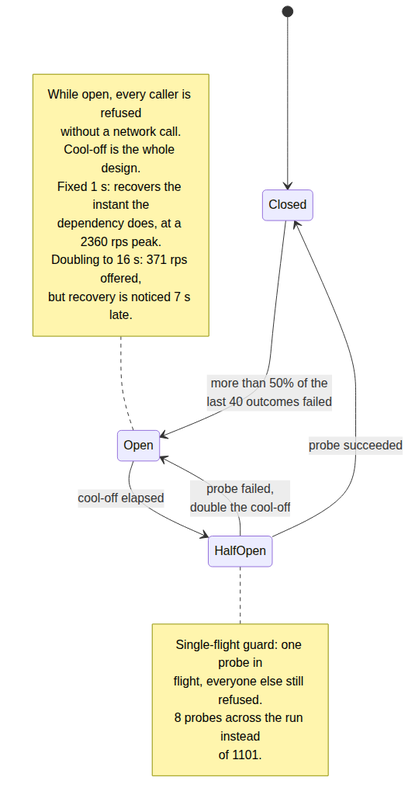
Above: markdown/system-design-interview/assets/004/03-breaker.png in haraGADygyl/medium-python-articles (Mermaid), before the change. Its source is kept beside it as markdown/system-design-interview/assets/004/03-breaker.mmd. Source of this version:
```mermaid
stateDiagram-v2
    [*] --> Closed
    Closed --> Open: more than 50% of the<br/>last 40 outcomes failed
    Open --> HalfOpen: cool-off elapsed
    HalfOpen --> Closed: probe succeeded
    HalfOpen --> Open: probe failed,<br/>double the cool-off
    note left of Open
        While open, every caller is refused
        without a network call.
        Cool-off is the whole design.
        Fixed 1 s: recovers the instant the
        dependency does, at a 2360 rps peak.
        Doubling to 16 s: 371 rps offered,
        but recovery is noticed 7 s late.
    end note
    note right of HalfOpen
        Single-flight guard: one probe in
        flight, everyone else still refused.
        8 probes across the run instead
        of 1101.
    end note
```
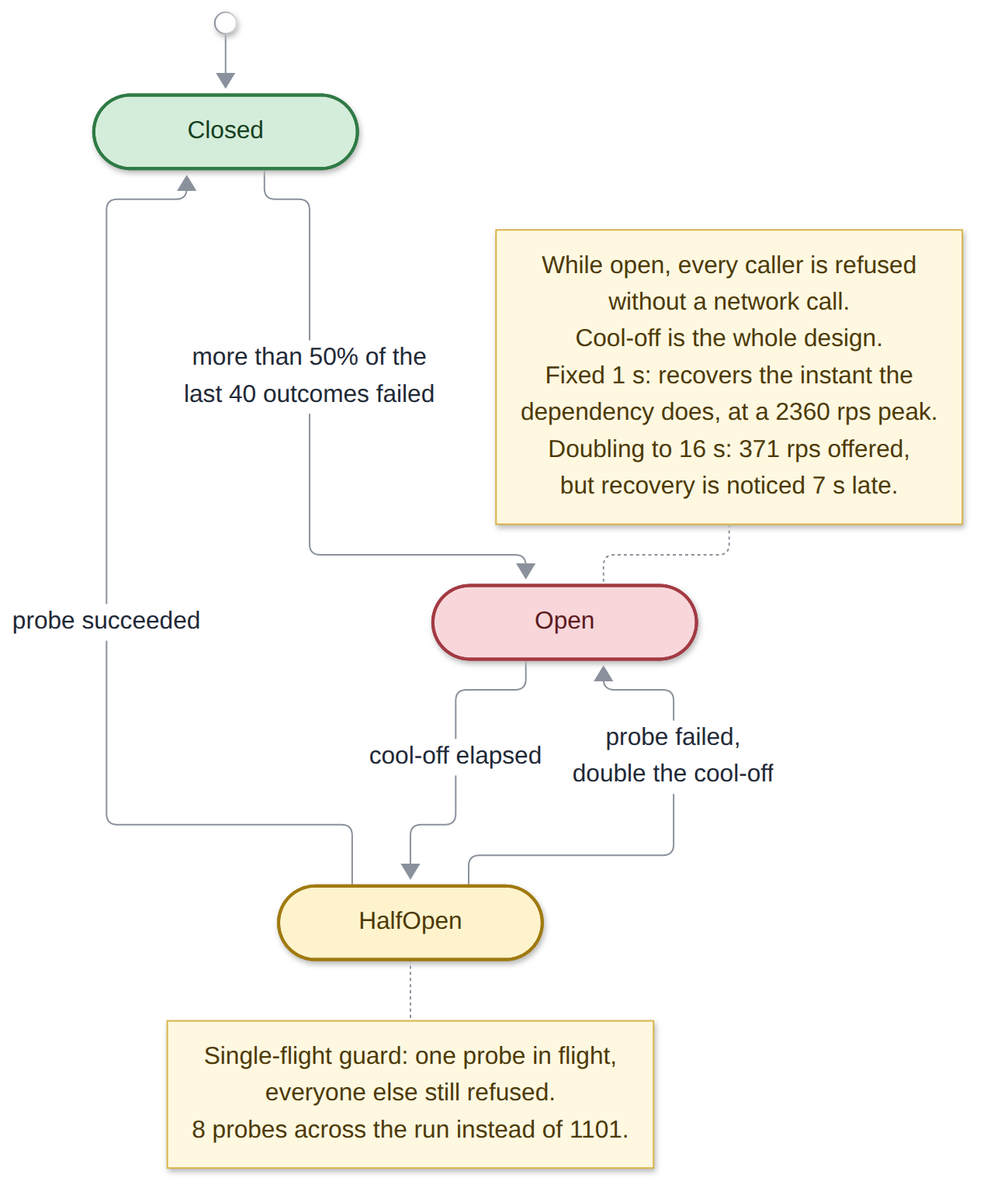
After the change.

What changed in the source:
```diff
@@ -1,21 +1,17 @@
-stateDiagram-v2
-    [*] --> Closed
-    Closed --> Open: more than 50% of the<br/>last 40 outcomes failed
-    Open --> HalfOpen: cool-off elapsed
-    HalfOpen --> Closed: probe succeeded
-    HalfOpen --> Open: probe failed,<br/>double the cool-off
-    note left of Open
-        While open, every caller is refused
-        without a network call.
-        Cool-off is the whole design.
-        Fixed 1 s: recovers the instant the
-        dependency does, at a 2360 rps peak.
-        Doubling to 16 s: 371 rps offered,
-        but recovery is noticed 7 s late.
-    end note
-    note right of HalfOpen
-        Single-flight guard: one probe in
-        flight, everyone else still refused.
-        8 probes across the run instead
-        of 1101.
-    end note
+flowchart TB
+    start@{ shape: sm-circ }
+    start --> closed(["Closed"])
+    closed -- "more than 50% of the<br/>last 40 outcomes failed" --> open(["Open"])
+    open -- "cool-off elapsed" --> half(["HalfOpen"])
+    half -- "probe succeeded" --> closed
+    half -- "probe failed,<br/>double the cool-off" --> open
+    n1["While open, every caller is refused<br/>without a network call.<br/>Cool-off is the whole design.<br/>Fixed 1 s: recovers the instant the<br/>dependency does, at a 2360 rps peak.<br/>Doubling to 16 s: 371 rps offered,<br/>but recovery is noticed 7 s late."] -.- open
+    half -.- n2["Single-flight guard: one probe in flight,<br/>everyone else still refused.<br/>8 probes across the run instead of 1101."]
+    classDef ok fill:#d4edda,stroke:#2f7a45,stroke-width:2px,color:#14401f
+    classDef warn fill:#fff3cd,stroke:#a07a10,stroke-width:2px,color:#4d3a05
+    classDef bad fill:#f8d7da,stroke:#a33a43,stroke-width:2px,color:#5c1a20
+    classDef note fill:#fff8e1,stroke:#d9b44a,color:#4d3a05
+    class closed ok
+    class half warn
+    class open bad
+    class n1,n2 note
```
